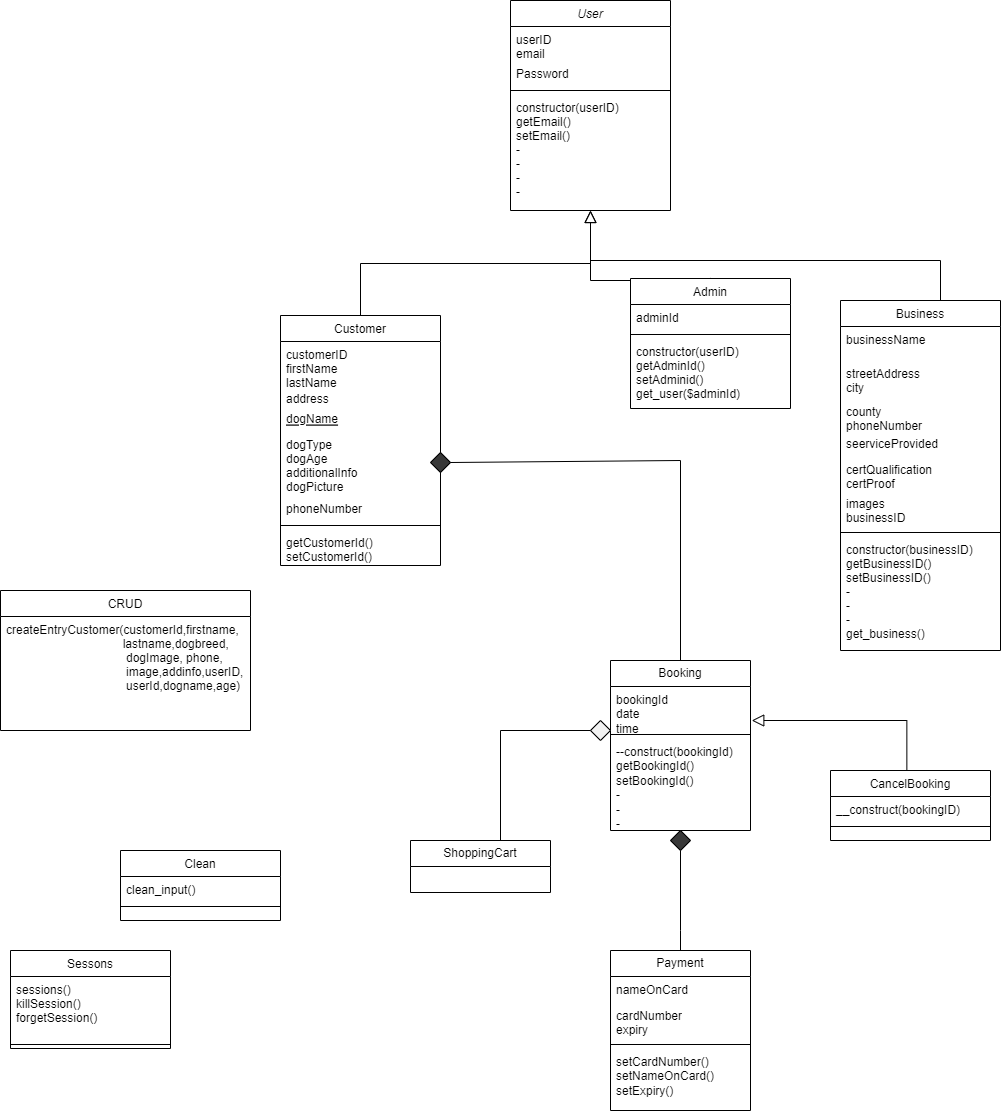
The draw.io diagram SETClass.png in StevenKelly99/Stressfree-Pets, before a commit. Source tidied: cells renumbered, new cells last; positions are measured from the earlier drawing's top-left corner, leaving out a move shared by most shapes.
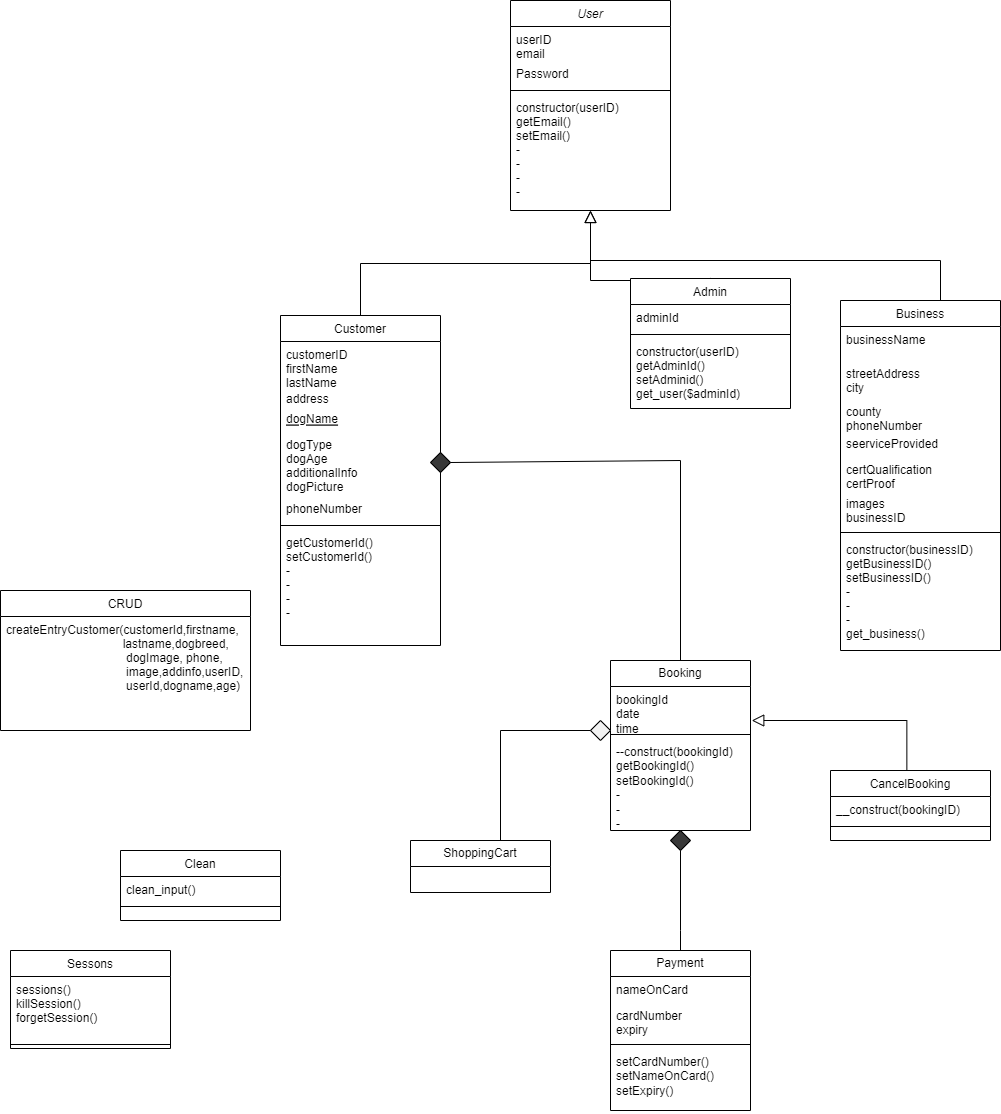
Above is the later version.

What changed in the source:
```diff
@@ -18,7 +18,7 @@
       <mxGeometry y="94" width="160" height="116" as="geometry" />
     </mxCell>
     <mxCell id="7" value="Customer" style="swimlane;fontStyle=0;align=center;verticalAlign=top;horizontal=1;startSize=26;rounded=0;shadow=0;strokeWidth=1;" parent="1" vertex="1">
-      <mxGeometry x="280" y="315" width="160" height="250" as="geometry" />
+      <mxGeometry x="280" y="315" width="160" height="330" as="geometry" />
     </mxCell>
     <mxCell id="8" value="customerID&#10;firstName&#10;lastName" style="text;align=left;verticalAlign=top;spacingLeft=4;spacingRight=4;overflow=hidden;" parent="7" vertex="1">
       <mxGeometry y="26" width="160" height="44" as="geometry" />
@@ -38,8 +38,8 @@
     <mxCell id="13" style="line;html=1;strokeWidth=1;align=left;verticalAlign=middle;spacingTop=-1;spacingLeft=3;spacingRight=3;labelPosition=right;" parent="7" vertex="1">
       <mxGeometry y="206" width="160" height="8" as="geometry" />
     </mxCell>
-    <mxCell id="14" value="getCustomerId()&#10;setCustomerId()" style="text;align=left;verticalAlign=top;spacingLeft=4;spacingRight=4;overflow=hidden;rounded=0;shadow=0;html=0;" parent="7" vertex="1">
-      <mxGeometry y="214" width="160" height="36" as="geometry" />
+    <mxCell id="14" value="getCustomerId()&#10;setCustomerId()&#10;-&#10;-&#10;-&#10;-&#10;" style="text;align=left;verticalAlign=top;spacingLeft=4;spacingRight=4;overflow=hidden;rounded=0;shadow=0;html=0;" parent="7" vertex="1">
+      <mxGeometry y="214" width="160" height="116" as="geometry" />
     </mxCell>
     <mxCell id="15" style="endArrow=block;endSize=10;endFill=0;shadow=0;strokeWidth=1;rounded=0;edgeStyle=elbowEdgeStyle;elbow=vertical;" parent="1" edge="1" source="7" target="2">
       <mxGeometry relative="1" as="geometry" />
```
